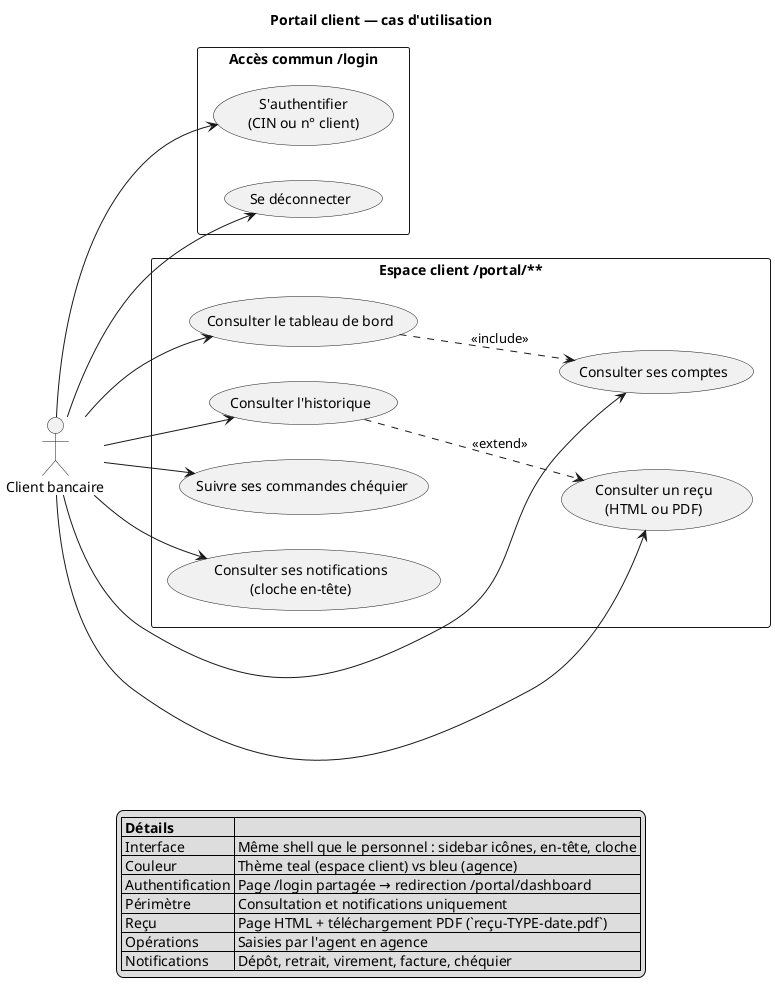
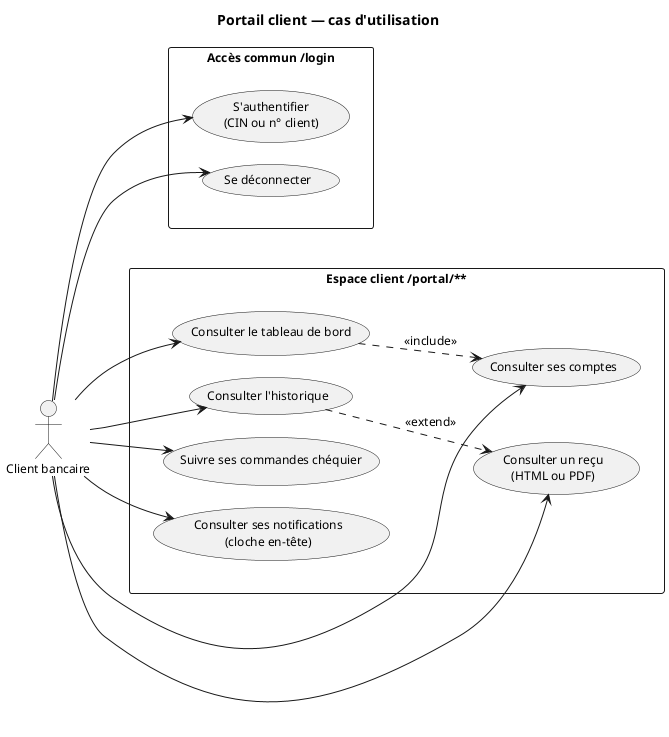
@startuml 03-portail-client
left to right direction
skinparam shadowing false
skinparam packageStyle rectangle
+ skinparam nodesep 22
+ skinparam ranksep 28
+ skinparam defaultFontSize 12

title Portail client — cas d'utilisation

actor "Client bancaire" as client

- rectangle "Accès commun /login" {
+ rectangle "Accès commun /login" as ACC {
  usecase "S'authentifier\n(CIN ou n° client)" as UC_LOGIN
  usecase "Se déconnecter" as UC_LOGOUT
}

- rectangle "Espace client /portal/**" {
+ rectangle "Espace client /portal/**" as PORT {
  usecase "Consulter le tableau de bord" as UC_DASH
  usecase "Consulter ses comptes" as UC_ACCOUNTS
  usecase "Consulter l'historique" as UC_HISTORY
  usecase "Consulter un reçu\n(HTML ou PDF)" as UC_RECEIPT
  usecase "Suivre ses commandes chéquier" as UC_CHQ
  usecase "Consulter ses notifications\n(cloche en-tête)" as UC_NOTIF
}
+ 
+ ACC -[hidden]right- PORT

client --> UC_LOGIN
client --> UC_LOGOUT
client --> UC_DASH
client --> UC_ACCOUNTS
client --> UC_HISTORY
client --> UC_RECEIPT
client --> UC_CHQ
client --> UC_NOTIF

UC_DASH ..> UC_ACCOUNTS : <<include>>
UC_HISTORY ..> UC_RECEIPT : <<extend>>

- legend bottom
-   |= Détails |= |
-   | Interface | Même shell que le personnel : sidebar icônes, en-tête, cloche |
-   | Couleur | Thème teal (espace client) vs bleu (agence) |
-   | Authentification | Page /login partagée → redirection /portal/dashboard |
-   | Périmètre | Consultation et notifications uniquement |
-   | Reçu | Page HTML + téléchargement PDF (`reçu-TYPE-date.pdf`) |
-   | Opérations | Saisies par l'agent en agence |
-   | Notifications | Dépôt, retrait, virement, facture, chéquier |
- endlegend
- 
@enduml
